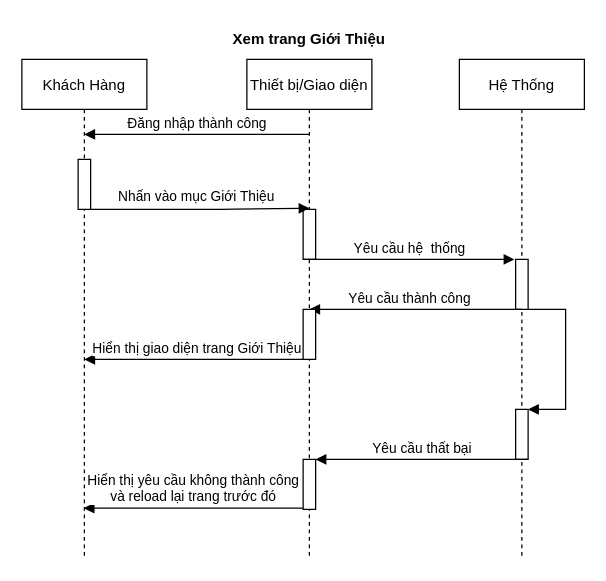
Above: Drawio/View_Introduce.drawio in LuanMinhNguyen/nhom2thuctapchuyennganh (draw.io), before the change. Source tidied: cells renumbered, new cells numbered last; positions are measured from the earlier drawing's top-left corner, leaving out a move shared by most shapes. Both pictures are drawn from the tidied source at 125%, with x=0, y=0 at pixel (21, 21).
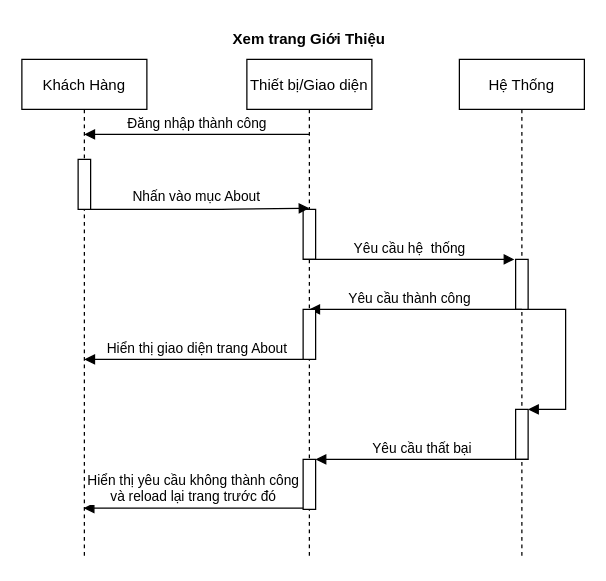
The same page after the edit.

The change refers to these unchanged cells:
```xml
<mxCell id="3" style="points=[];perimeter=orthogonalPerimeter;rounded=0;shadow=0;strokeWidth=1;" parent="2" vertex="1">
  <mxGeometry x="45" y="80" width="10" height="40" as="geometry" />
</mxCell>
<mxCell id="12" style="points=[];perimeter=orthogonalPerimeter;rounded=0;shadow=0;strokeWidth=1;" parent="1" vertex="1">
  <mxGeometry x="225" y="230" width="10" height="40" as="geometry" />
</mxCell>
```

What changed in the source:
```diff
@@
-    <mxCell id="6" value="Nhấn vào mục Giới Thiệu" style="verticalAlign=bottom;endArrow=block;shadow=0;strokeWidth=1;" parent="1" edge="1" source="3">
+    <mxCell id="6" value="Nhấn vào mục About" style="verticalAlign=bottom;endArrow=block;shadow=0;strokeWidth=1;" parent="1" edge="1" source="3">
       <mxGeometry x="-0.03" y="1" relative="1" as="geometry">
         <mxPoint x="230" y="149" as="targetPoint" />
         <Array as="points">
           <mxPoint x="160" y="150" />
         </Array>
       </mxGeometry>
     </mxCell>
@@
-    <mxCell id="11" value="Hiển thị giao diện trang Giới Thiệu" style="html=1;verticalAlign=bottom;endArrow=block;exitX=0.5;exitY=1;exitDx=0;exitDy=0;exitPerimeter=0;" parent="1" edge="1" source="12">
+    <mxCell id="11" value="Hiển thị giao diện trang About" style="html=1;verticalAlign=bottom;endArrow=block;exitX=0.5;exitY=1;exitDx=0;exitDy=0;exitPerimeter=0;" parent="1" edge="1" source="12">
       <mxGeometry relative="1" as="geometry">
         <mxPoint x="50" y="270" as="targetPoint" />
       </mxGeometry>
     </mxCell>
```
